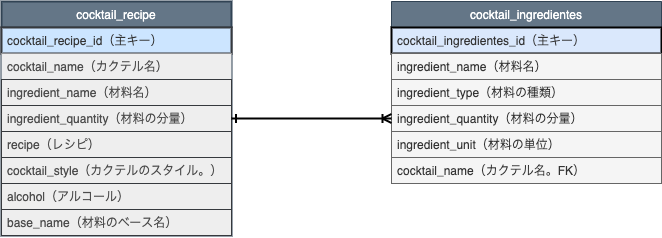
Above: docs/db/cocktail.png in LuffaAegyptiaca/cocktail_api (draw.io), before the change. Source tidied: cells renumbered, new cells last; positions are measured from the earlier drawing's top-left corner, leaving out a move shared by most shapes. The source it was exported from:
```xml
<mxGraphModel>
  <root>
    <mxCell id="0" />
    <mxCell id="1" parent="0" />
    <mxCell id="2" value="cocktail_recipe" style="swimlane;fontStyle=0;horizontal=1;startSize=26;fillColor=#647687;strokeColor=#314354;fontColor=#ffffff;strokeWidth=2;" parent="1" vertex="1">
      <mxGeometry width="230" height="234" as="geometry" />
    </mxCell>
    <mxCell id="3" value="cocktail_recipe_id（主キー）" style="text;align=left;verticalAlign=middle;spacingLeft=4;spacingRight=4;overflow=hidden;labelBackgroundColor=none;labelBorderColor=none;fontStyle=0;fillColor=#cce5ff;strokeColor=#36393d;fontColor=#333333;strokeWidth=2;" parent="2" vertex="1">
      <mxGeometry y="26" width="230" height="26" as="geometry" />
    </mxCell>
    <mxCell id="4" value="cocktail_name（カクテル名）" style="text;align=left;verticalAlign=middle;spacingLeft=4;spacingRight=4;overflow=hidden;labelBackgroundColor=none;labelBorderColor=none;fontStyle=0;dashed=1;fillColor=#eeeeee;fontColor=#4D4D4D;" parent="2" vertex="1">
      <mxGeometry y="52" width="230" height="26" as="geometry" />
    </mxCell>
    <mxCell id="5" value="ingredient_name（材料名）" style="text;align=left;verticalAlign=top;spacingLeft=4;spacingRight=4;overflow=hidden;fillColor=#eeeeee;strokeColor=#36393d;fontColor=#4D4D4D;" parent="2" vertex="1">
      <mxGeometry y="78" width="230" height="26" as="geometry" />
    </mxCell>
    <mxCell id="6" value="ingredient_quantity（材料の分量）&#10;&#10;&#10;" style="text;align=left;verticalAlign=top;spacingLeft=4;spacingRight=4;overflow=hidden;points=[[0,0.5],[1,0.5]];portConstraint=eastwest;fillColor=#eeeeee;strokeColor=#36393d;fontColor=#4D4D4D;" parent="2" vertex="1">
      <mxGeometry y="104" width="230" height="26" as="geometry" />
    </mxCell>
    <mxCell id="7" value="recipe（レシピ）" style="text;align=left;verticalAlign=top;spacingLeft=4;spacingRight=4;overflow=hidden;shadow=0;fillColor=#eeeeee;strokeColor=#36393d;fontColor=#4D4D4D;" parent="2" vertex="1">
      <mxGeometry y="130" width="230" height="26" as="geometry" />
    </mxCell>
    <mxCell id="8" value="cocktail_style（カクテルのスタイル。）" style="text;align=left;verticalAlign=top;spacingLeft=4;spacingRight=4;overflow=hidden;shadow=0;fillColor=#eeeeee;strokeColor=#36393d;fontColor=#4D4D4D;" parent="2" vertex="1">
      <mxGeometry y="156" width="230" height="26" as="geometry" />
    </mxCell>
    <mxCell id="9" value="alcohol（アルコール）" style="text;align=left;verticalAlign=top;spacingLeft=4;spacingRight=4;overflow=hidden;shadow=0;fillColor=#eeeeee;strokeColor=#36393d;fontColor=#4D4D4D;" parent="2" vertex="1">
      <mxGeometry y="182" width="230" height="26" as="geometry" />
    </mxCell>
    <mxCell id="10" value="base_name（材料のベース名）" style="text;align=left;verticalAlign=top;spacingLeft=4;spacingRight=4;overflow=hidden;shadow=0;fillColor=#eeeeee;strokeColor=#36393d;fontColor=#4D4D4D;" parent="2" vertex="1">
      <mxGeometry y="208" width="230" height="26" as="geometry" />
    </mxCell>
    <mxCell id="11" value="cocktail_ingredientes" style="swimlane;fontStyle=0;horizontal=1;startSize=26;shadow=0;swimlaneLine=1;fillColor=#647687;strokeColor=#314354;fontColor=#ffffff;" parent="1" vertex="1">
      <mxGeometry x="390" width="270" height="182" as="geometry" />
    </mxCell>
    <mxCell id="12" value="cocktail_ingredientes_id（主キー）" style="text;align=left;verticalAlign=top;spacingLeft=4;spacingRight=4;overflow=hidden;fillColor=#dae8fc;fontColor=#333333;strokeWidth=2;strokeColor=#000000;" parent="11" vertex="1">
      <mxGeometry y="26" width="270" height="26" as="geometry" />
    </mxCell>
    <mxCell id="13" value="ingredient_name（材料名）" style="text;align=left;verticalAlign=top;spacingLeft=4;spacingRight=4;overflow=hidden;fillColor=#f5f5f5;strokeColor=#666666;fontColor=#333333;" parent="11" vertex="1">
      <mxGeometry y="52" width="270" height="26" as="geometry" />
    </mxCell>
    <mxCell id="14" value="ingredient_type（材料の種類）" style="text;align=left;verticalAlign=top;spacingLeft=4;spacingRight=4;overflow=hidden;points=[[0,0.5],[1,0.5]];portConstraint=eastwest;fillColor=#f5f5f5;strokeColor=#666666;fontColor=#333333;" parent="11" vertex="1">
      <mxGeometry y="78" width="270" height="26" as="geometry" />
    </mxCell>
    <mxCell id="15" value="ingredient_quantity（材料の分量）&#10;&#10;&#10;" style="text;align=left;verticalAlign=top;spacingLeft=4;spacingRight=4;overflow=hidden;points=[[0,0.5],[1,0.5]];portConstraint=eastwest;fillColor=#f5f5f5;strokeColor=#666666;fontColor=#333333;" parent="11" vertex="1">
      <mxGeometry y="104" width="270" height="26" as="geometry" />
    </mxCell>
    <mxCell id="16" value="ingredient_unit（材料の単位）&#10;&#10;&#10;" style="text;align=left;verticalAlign=top;spacingLeft=4;spacingRight=4;overflow=hidden;fillColor=#f5f5f5;strokeColor=#666666;fontColor=#333333;" parent="11" vertex="1">
      <mxGeometry y="130" width="270" height="26" as="geometry" />
    </mxCell>
    <mxCell id="17" value="cocktail_name（カクテル名。FK）" style="text;align=left;verticalAlign=top;spacingLeft=4;spacingRight=4;overflow=hidden;fillColor=#f5f5f5;strokeColor=#666666;fontColor=#333333;" parent="11" vertex="1">
      <mxGeometry y="156" width="270" height="26" as="geometry" />
    </mxCell>
    <mxCell id="18" style="edgeStyle=orthogonalEdgeStyle;rounded=0;jettySize=auto;html=1;entryX=0;entryY=0.5;entryDx=0;entryDy=0;startArrow=ERone;startFill=0;endArrow=ERoneToMany;endFill=0;strokeWidth=2;fillColor=#647687;strokeColor=#000000;" parent="1" edge="1" source="6" target="15">
      <mxGeometry relative="1" as="geometry" />
    </mxCell>
  </root>
</mxGraphModel>
```
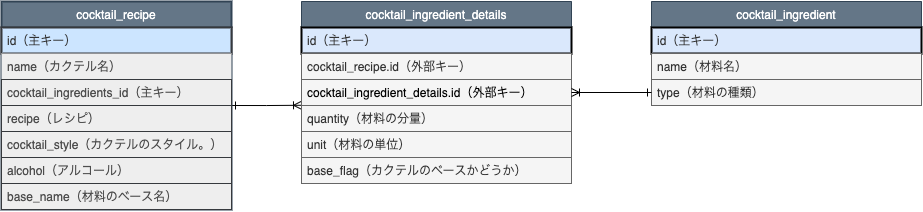
The same file after the commit.

Commit message:
レビュー内容を元に修正

What changed in the source:
```diff
@@ -2,56 +2,70 @@
   <root>
     <mxCell id="0" />
     <mxCell id="1" parent="0" />
+    <mxCell id="19" style="edgeStyle=orthogonalEdgeStyle;rounded=0;jettySize=auto;html=1;exitX=1;exitY=0.5;exitDx=0;exitDy=0;fontColor=#000000;startArrow=ERone;startFill=0;endArrow=ERoneToMany;endFill=0;" parent="1" edge="1" source="2">
+      <mxGeometry relative="1" as="geometry">
+        <mxPoint x="240" y="77.8" as="targetPoint" />
+      </mxGeometry>
+    </mxCell>
     <mxCell id="2" value="cocktail_recipe" style="swimlane;fontStyle=0;horizontal=1;startSize=26;fillColor=#647687;strokeColor=#314354;fontColor=#ffffff;strokeWidth=2;" parent="1" vertex="1">
-      <mxGeometry width="230" height="234" as="geometry" />
+      <mxGeometry x="-60" y="-26" width="230" height="208" as="geometry" />
     </mxCell>
-    <mxCell id="3" value="cocktail_recipe_id（主キー）" style="text;align=left;verticalAlign=middle;spacingLeft=4;spacingRight=4;overflow=hidden;labelBackgroundColor=none;labelBorderColor=none;fontStyle=0;fillColor=#cce5ff;strokeColor=#36393d;fontColor=#333333;strokeWidth=2;" parent="2" vertex="1">
+    <mxCell id="3" value="id（主キー）" style="text;align=left;verticalAlign=middle;spacingLeft=4;spacingRight=4;overflow=hidden;labelBackgroundColor=none;labelBorderColor=none;fontStyle=0;fillColor=#cce5ff;strokeColor=#36393d;fontColor=#333333;strokeWidth=2;" parent="2" vertex="1">
       <mxGeometry y="26" width="230" height="26" as="geometry" />
     </mxCell>
-    <mxCell id="4" value="cocktail_name（カクテル名）" style="text;align=left;verticalAlign=middle;spacingLeft=4;spacingRight=4;overflow=hidden;labelBackgroundColor=none;labelBorderColor=none;fontStyle=0;dashed=1;fillColor=#eeeeee;fontColor=#4D4D4D;" parent="2" vertex="1">
+    <mxCell id="4" value="name（カクテル名）" style="text;align=left;verticalAlign=middle;spacingLeft=4;spacingRight=4;overflow=hidden;labelBackgroundColor=none;labelBorderColor=none;fontStyle=0;dashed=1;fillColor=#eeeeee;fontColor=#4D4D4D;" parent="2" vertex="1">
       <mxGeometry y="52" width="230" height="26" as="geometry" />
     </mxCell>
-    <mxCell id="5" value="ingredient_name（材料名）" style="text;align=left;verticalAlign=top;spacingLeft=4;spacingRight=4;overflow=hidden;fillColor=#eeeeee;strokeColor=#36393d;fontColor=#4D4D4D;" parent="2" vertex="1">
+    <mxCell id="5" value="cocktail_ingredients_id（主キー）" style="text;align=left;verticalAlign=top;spacingLeft=4;spacingRight=4;overflow=hidden;fillColor=#eeeeee;strokeColor=#36393d;fontColor=#4D4D4D;" parent="2" vertex="1">
       <mxGeometry y="78" width="230" height="26" as="geometry" />
     </mxCell>
-    <mxCell id="6" value="ingredient_quantity（材料の分量）&#10;&#10;&#10;" style="text;align=left;verticalAlign=top;spacingLeft=4;spacingRight=4;overflow=hidden;points=[[0,0.5],[1,0.5]];portConstraint=eastwest;fillColor=#eeeeee;strokeColor=#36393d;fontColor=#4D4D4D;" parent="2" vertex="1">
-      <mxGeometry y="104" width="230" height="26" as="geometry" />
-    </mxCell>
     <mxCell id="7" value="recipe（レシピ）" style="text;align=left;verticalAlign=top;spacingLeft=4;spacingRight=4;overflow=hidden;shadow=0;fillColor=#eeeeee;strokeColor=#36393d;fontColor=#4D4D4D;" parent="2" vertex="1">
-      <mxGeometry y="130" width="230" height="26" as="geometry" />
+      <mxGeometry y="104" width="230" height="26" as="geometry" />
     </mxCell>
     <mxCell id="8" value="cocktail_style（カクテルのスタイル。）" style="text;align=left;verticalAlign=top;spacingLeft=4;spacingRight=4;overflow=hidden;shadow=0;fillColor=#eeeeee;strokeColor=#36393d;fontColor=#4D4D4D;" parent="2" vertex="1">
-      <mxGeometry y="156" width="230" height="26" as="geometry" />
+      <mxGeometry y="130" width="230" height="26" as="geometry" />
     </mxCell>
     <mxCell id="9" value="alcohol（アルコール）" style="text;align=left;verticalAlign=top;spacingLeft=4;spacingRight=4;overflow=hidden;shadow=0;fillColor=#eeeeee;strokeColor=#36393d;fontColor=#4D4D4D;" parent="2" vertex="1">
-      <mxGeometry y="182" width="230" height="26" as="geometry" />
+      <mxGeometry y="156" width="230" height="26" as="geometry" />
     </mxCell>
     <mxCell id="10" value="base_name（材料のベース名）" style="text;align=left;verticalAlign=top;spacingLeft=4;spacingRight=4;overflow=hidden;shadow=0;fillColor=#eeeeee;strokeColor=#36393d;fontColor=#4D4D4D;" parent="2" vertex="1">
-      <mxGeometry y="208" width="230" height="26" as="geometry" />
+      <mxGeometry y="182" width="230" height="26" as="geometry" />
     </mxCell>
-    <mxCell id="11" value="cocktail_ingredientes" style="swimlane;fontStyle=0;horizontal=1;startSize=26;shadow=0;swimlaneLine=1;fillColor=#647687;strokeColor=#314354;fontColor=#ffffff;" parent="1" vertex="1">
-      <mxGeometry x="390" width="270" height="182" as="geometry" />
+    <mxCell id="11" value="cocktail_ingredient" style="swimlane;fontStyle=0;horizontal=1;startSize=26;shadow=0;swimlaneLine=1;fillColor=#647687;strokeColor=#314354;fontColor=#ffffff;" parent="1" vertex="1">
+      <mxGeometry x="590" y="-26" width="270" height="104" as="geometry" />
     </mxCell>
-    <mxCell id="12" value="cocktail_ingredientes_id（主キー）" style="text;align=left;verticalAlign=top;spacingLeft=4;spacingRight=4;overflow=hidden;fillColor=#dae8fc;fontColor=#333333;strokeWidth=2;strokeColor=#000000;" parent="11" vertex="1">
+    <mxCell id="12" value="id（主キー）" style="text;align=left;verticalAlign=top;spacingLeft=4;spacingRight=4;overflow=hidden;fillColor=#dae8fc;fontColor=#333333;strokeWidth=2;strokeColor=#000000;" parent="11" vertex="1">
       <mxGeometry y="26" width="270" height="26" as="geometry" />
     </mxCell>
-    <mxCell id="13" value="ingredient_name（材料名）" style="text;align=left;verticalAlign=top;spacingLeft=4;spacingRight=4;overflow=hidden;fillColor=#f5f5f5;strokeColor=#666666;fontColor=#333333;" parent="11" vertex="1">
+    <mxCell id="13" value="name（材料名）" style="text;align=left;verticalAlign=top;spacingLeft=4;spacingRight=4;overflow=hidden;fillColor=#f5f5f5;strokeColor=#666666;fontColor=#333333;" parent="11" vertex="1">
       <mxGeometry y="52" width="270" height="26" as="geometry" />
     </mxCell>
-    <mxCell id="14" value="ingredient_type（材料の種類）" style="text;align=left;verticalAlign=top;spacingLeft=4;spacingRight=4;overflow=hidden;points=[[0,0.5],[1,0.5]];portConstraint=eastwest;fillColor=#f5f5f5;strokeColor=#666666;fontColor=#333333;" parent="11" vertex="1">
+    <mxCell id="14" value="type（材料の種類）" style="text;align=left;verticalAlign=top;spacingLeft=4;spacingRight=4;overflow=hidden;points=[[0,0.5],[1,0.5]];portConstraint=eastwest;fillColor=#f5f5f5;strokeColor=#666666;fontColor=#333333;" parent="11" vertex="1">
       <mxGeometry y="78" width="270" height="26" as="geometry" />
     </mxCell>
+    <mxCell id="20" value="cocktail_ingredient_details" style="swimlane;fontStyle=0;horizontal=1;startSize=26;shadow=0;swimlaneLine=1;fillColor=#647687;strokeColor=#314354;fontColor=#ffffff;" parent="1" vertex="1">
+      <mxGeometry x="240" y="-26" width="270" height="182" as="geometry" />
+    </mxCell>
+    <mxCell id="21" value="id（主キー）" style="text;align=left;verticalAlign=top;spacingLeft=4;spacingRight=4;overflow=hidden;fillColor=#dae8fc;fontColor=#333333;strokeWidth=2;strokeColor=#000000;" parent="20" vertex="1">
+      <mxGeometry y="26" width="270" height="26" as="geometry" />
+    </mxCell>
+    <mxCell id="22" value="cocktail_recipe.id（外部キー）" style="text;align=left;verticalAlign=top;spacingLeft=4;spacingRight=4;overflow=hidden;fillColor=#f5f5f5;strokeColor=#666666;fontColor=#333333;" parent="20" vertex="1">
+      <mxGeometry y="52" width="270" height="26" as="geometry" />
+    </mxCell>
+    <mxCell id="23" value="cocktail_ingredient_details.id（外部キー）" style="text;align=left;verticalAlign=top;spacingLeft=4;spacingRight=4;overflow=hidden;points=[[0,0.5],[1,0.5]];portConstraint=eastwest;fillColor=#f5f5f5;strokeColor=#666666;fontColor=#000000;" parent="20" vertex="1">
+      <mxGeometry y="78" width="270" height="26" as="geometry" />
+    </mxCell>
-    <mxCell id="15" value="ingredient_quantity（材料の分量）&#10;&#10;&#10;" style="text;align=left;verticalAlign=top;spacingLeft=4;spacingRight=4;overflow=hidden;points=[[0,0.5],[1,0.5]];portConstraint=eastwest;fillColor=#f5f5f5;strokeColor=#666666;fontColor=#333333;" parent="11" vertex="1">
+    <mxCell id="15" value="quantity（材料の分量）&#10;&#10;&#10;" style="text;align=left;verticalAlign=top;spacingLeft=4;spacingRight=4;overflow=hidden;points=[[0,0.5],[1,0.5]];portConstraint=eastwest;fillColor=#f5f5f5;strokeColor=#666666;fontColor=#333333;" parent="20" vertex="1">
       <mxGeometry y="104" width="270" height="26" as="geometry" />
     </mxCell>
+    <mxCell id="24" value="unit（材料の単位）&#10;&#10;&#10;" style="text;align=left;verticalAlign=top;spacingLeft=4;spacingRight=4;overflow=hidden;fillColor=#f5f5f5;strokeColor=#666666;fontColor=#333333;" parent="20" vertex="1">
+      <mxGeometry y="130" width="270" height="26" as="geometry" />
+    </mxCell>
-    <mxCell id="16" value="ingredient_unit（材料の単位）&#10;&#10;&#10;" style="text;align=left;verticalAlign=top;spacingLeft=4;spacingRight=4;overflow=hidden;fillColor=#f5f5f5;strokeColor=#666666;fontColor=#333333;" parent="11" vertex="1">
-      <mxGeometry y="130" width="270" height="26" as="geometry" />
+    <mxCell id="16" value="base_flag（カクテルのベースかどうか）" style="text;align=left;verticalAlign=top;spacingLeft=4;spacingRight=4;overflow=hidden;fillColor=#f5f5f5;strokeColor=#666666;fontColor=#333333;" parent="20" vertex="1">
+      <mxGeometry y="156" width="270" height="26" as="geometry" />
     </mxCell>
-    <mxCell id="17" value="cocktail_name（カクテル名。FK）" style="text;align=left;verticalAlign=top;spacingLeft=4;spacingRight=4;overflow=hidden;fillColor=#f5f5f5;strokeColor=#666666;fontColor=#333333;" parent="11" vertex="1">
-      <mxGeometry y="156" width="270" height="26" as="geometry" />
-    </mxCell>
-    <mxCell id="18" style="edgeStyle=orthogonalEdgeStyle;rounded=0;jettySize=auto;html=1;entryX=0;entryY=0.5;entryDx=0;entryDy=0;startArrow=ERone;startFill=0;endArrow=ERoneToMany;endFill=0;strokeWidth=2;fillColor=#647687;strokeColor=#000000;" parent="1" edge="1" source="6" target="15">
-      <mxGeometry relative="1" as="geometry" />
-    </mxCell>
+    <mxCell id="25" style="edgeStyle=orthogonalEdgeStyle;rounded=0;jettySize=auto;html=1;exitX=1;exitY=0.5;exitDx=0;exitDy=0;startArrow=ERoneToMany;startFill=0;endArrow=ERone;endFill=0;fontColor=#000000;" parent="1" edge="1" source="23" target="14">
+      <mxGeometry relative="1" as="geometry" />
+    </mxCell>
   </root>
 </mxGraphModel>
```
